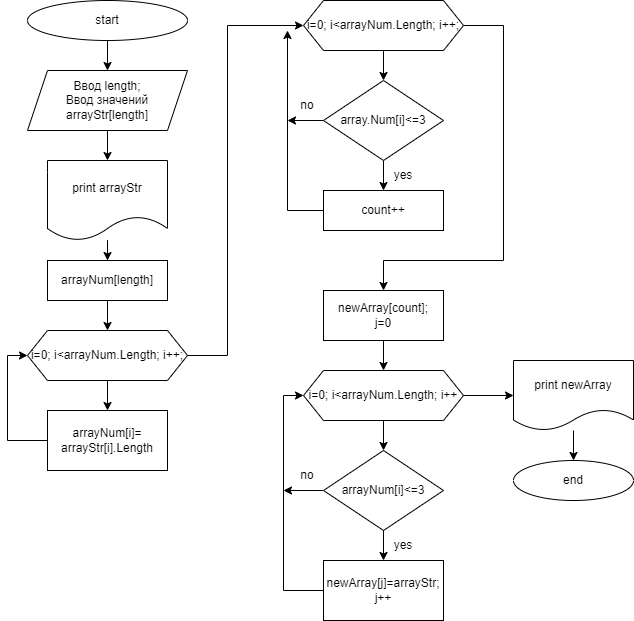
The draw.io diagram block-diagram.png in elena1shilova/FinalWorkQuarter1, before a commit. Source tidied: cells renumbered, new cells last; positions are measured from the earlier drawing's top-left corner, leaving out a move shared by most shapes.
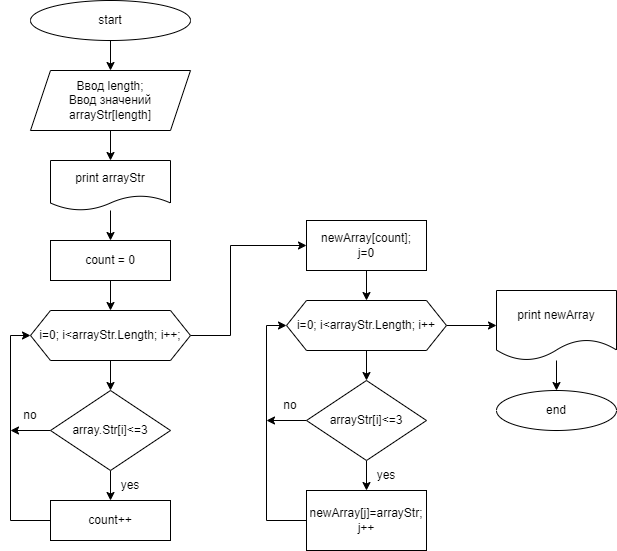
After the change.

Commit message:
Выполнила решение задачи

What changed in the source:
```diff
@@ -14,84 +14,53 @@
     <mxCell id="5" value="Ввод length;&lt;br&gt;Ввод значений arrayStr[length]" style="shape=parallelogram;perimeter=parallelogramPerimeter;whiteSpace=wrap;html=1;fixedSize=1;" parent="1" vertex="1">
       <mxGeometry x="20" y="70" width="160" height="60" as="geometry" />
     </mxCell>
-    <mxCell id="6" style="edgeStyle=orthogonalEdgeStyle;rounded=0;jettySize=auto;html=1;" parent="1" edge="1" target="10">
-      <mxGeometry relative="1" as="geometry">
-        <mxPoint x="100" y="300" as="sourcePoint" />
-      </mxGeometry>
-    </mxCell>
-    <mxCell id="7" value="arrayNum[length]" style="whiteSpace=wrap;html=1;" parent="1" vertex="1">
-      <mxGeometry x="40" y="260" width="120" height="40" as="geometry" />
-    </mxCell>
-    <mxCell id="8" style="edgeStyle=orthogonalEdgeStyle;rounded=0;jettySize=auto;html=1;" parent="1" edge="1" source="10" target="12">
-      <mxGeometry relative="1" as="geometry" />
-    </mxCell>
-    <mxCell id="9" style="edgeStyle=orthogonalEdgeStyle;rounded=0;jettySize=auto;html=1;entryX=0;entryY=0.5;entryDx=0;entryDy=0;" parent="1" edge="1" source="10" target="15">
-      <mxGeometry relative="1" as="geometry">
-        <Array as="points">
-          <mxPoint x="220" y="355" />
-          <mxPoint x="220" y="25" />
-        </Array>
-      </mxGeometry>
-    </mxCell>
-    <mxCell id="10" value="i=0; i&amp;lt;arrayNum.Length; i++;" style="shape=hexagon;perimeter=hexagonPerimeter2;whiteSpace=wrap;html=1;fixedSize=1;" parent="1" vertex="1">
-      <mxGeometry x="20" y="330" width="160" height="50" as="geometry" />
-    </mxCell>
-    <mxCell id="11" style="edgeStyle=orthogonalEdgeStyle;rounded=0;jettySize=auto;html=1;entryX=0;entryY=0.5;entryDx=0;entryDy=0;" parent="1" edge="1" source="12" target="10">
-      <mxGeometry relative="1" as="geometry">
-        <Array as="points">
-          <mxPoint y="440" />
-          <mxPoint y="355" />
-        </Array>
-      </mxGeometry>
-    </mxCell>
-    <mxCell id="12" value="arrayNum[i]=&lt;br&gt;arrayStr[i].Length" style="whiteSpace=wrap;html=1;" parent="1" vertex="1">
-      <mxGeometry x="40" y="410" width="120" height="60" as="geometry" />
-    </mxCell>
-    <mxCell id="13" style="edgeStyle=orthogonalEdgeStyle;rounded=0;jettySize=auto;html=1;" parent="1" edge="1" source="15" target="18">
+    <mxCell id="13" style="edgeStyle=orthogonalEdgeStyle;rounded=0;jettySize=auto;html=1;entryX=0.5;entryY=0;entryDx=0;entryDy=0;" parent="1" edge="1" source="15" target="18">
       <mxGeometry relative="1" as="geometry" />
     </mxCell>
-    <mxCell id="14" style="edgeStyle=orthogonalEdgeStyle;rounded=0;jettySize=auto;html=1;entryX=0.5;entryY=0;entryDx=0;entryDy=0;" parent="1" edge="1" source="15" target="24">
+    <mxCell id="14" style="edgeStyle=orthogonalEdgeStyle;rounded=0;jettySize=auto;html=1;entryX=0;entryY=0.5;entryDx=0;entryDy=0;" parent="1" edge="1" source="15" target="24">
       <mxGeometry relative="1" as="geometry">
         <Array as="points">
-          <mxPoint x="496" y="25" />
-          <mxPoint x="496" y="260" />
-          <mxPoint x="376" y="260" />
+          <mxPoint x="220" y="335" />
+          <mxPoint x="220" y="245" />
         </Array>
       </mxGeometry>
     </mxCell>
-    <mxCell id="15" value="i=0; i&amp;lt;arrayNum.Length; i++;" style="shape=hexagon;perimeter=hexagonPerimeter2;whiteSpace=wrap;html=1;fixedSize=1;" parent="1" vertex="1">
-      <mxGeometry x="296" width="160" height="50" as="geometry" />
+    <mxCell id="15" value="i=0; i&amp;lt;arrayStr.Length; i++;" style="shape=hexagon;perimeter=hexagonPerimeter2;whiteSpace=wrap;html=1;fixedSize=1;" parent="1" vertex="1">
+      <mxGeometry x="20" y="310" width="160" height="50" as="geometry" />
     </mxCell>
     <mxCell id="16" style="edgeStyle=orthogonalEdgeStyle;rounded=0;jettySize=auto;html=1;" parent="1" edge="1" source="18" target="21">
       <mxGeometry relative="1" as="geometry" />
     </mxCell>
     <mxCell id="17" style="edgeStyle=orthogonalEdgeStyle;rounded=0;jettySize=auto;html=1;" parent="1" edge="1" source="18">
       <mxGeometry relative="1" as="geometry">
-        <mxPoint x="280" y="120" as="targetPoint" />
+        <mxPoint y="430" as="targetPoint" />
       </mxGeometry>
     </mxCell>
-    <mxCell id="18" value="array.Num[i]&amp;lt;=3" style="rhombus;whiteSpace=wrap;html=1;" parent="1" vertex="1">
-      <mxGeometry x="316" y="80" width="120" height="80" as="geometry" />
+    <mxCell id="18" value="array.Str[i]&amp;lt;=3" style="rhombus;whiteSpace=wrap;html=1;" parent="1" vertex="1">
+      <mxGeometry x="40" y="390" width="120" height="80" as="geometry" />
     </mxCell>
     <mxCell id="19" value="no" style="text;html=1;strokeColor=none;fillColor=none;align=center;verticalAlign=middle;whiteSpace=wrap;rounded=0;" parent="1" vertex="1">
-      <mxGeometry x="270" y="90" width="60" height="30" as="geometry" />
+      <mxGeometry x="-10" y="400" width="60" height="30" as="geometry" />
     </mxCell>
-    <mxCell id="20" style="edgeStyle=orthogonalEdgeStyle;rounded=0;jettySize=auto;html=1;" parent="1" edge="1" source="21">
+    <mxCell id="20" style="edgeStyle=orthogonalEdgeStyle;rounded=0;jettySize=auto;html=1;entryX=0;entryY=0.5;entryDx=0;entryDy=0;" parent="1" edge="1" source="21" target="15">
       <mxGeometry relative="1" as="geometry">
-        <mxPoint x="280" y="30" as="targetPoint" />
+        <Array as="points">
+          <mxPoint y="520" />
+          <mxPoint y="335" />
+        </Array>
       </mxGeometry>
     </mxCell>
     <mxCell id="21" value="count++" style="whiteSpace=wrap;html=1;" parent="1" vertex="1">
-      <mxGeometry x="316" y="190" width="120" height="40" as="geometry" />
+      <mxGeometry x="40" y="500" width="120" height="40" as="geometry" />
     </mxCell>
     <mxCell id="22" value="yes" style="text;html=1;strokeColor=none;fillColor=none;align=center;verticalAlign=middle;whiteSpace=wrap;rounded=0;" parent="1" vertex="1">
-      <mxGeometry x="366" y="160" width="60" height="30" as="geometry" />
+      <mxGeometry x="90" y="470" width="60" height="30" as="geometry" />
     </mxCell>
     <mxCell id="23" style="edgeStyle=orthogonalEdgeStyle;rounded=0;jettySize=auto;html=1;" parent="1" edge="1" source="24" target="27">
       <mxGeometry relative="1" as="geometry" />
     </mxCell>
     <mxCell id="24" value="newArray[count];&lt;br&gt;j=0" style="rounded=0;whiteSpace=wrap;html=1;" parent="1" vertex="1">
-      <mxGeometry x="316" y="290" width="120" height="50" as="geometry" />
+      <mxGeometry x="296" y="220" width="120" height="50" as="geometry" />
     </mxCell>
     <mxCell id="25" style="edgeStyle=orthogonalEdgeStyle;rounded=0;jettySize=auto;html=1;" parent="1" edge="1" source="27" target="30">
       <mxGeometry relative="1" as="geometry" />
@@ -99,51 +68,57 @@
     <mxCell id="26" style="edgeStyle=orthogonalEdgeStyle;rounded=0;jettySize=auto;html=1;" parent="1" edge="1" source="27" target="38">
       <mxGeometry relative="1" as="geometry" />
     </mxCell>
-    <mxCell id="27" value="i=0; i&amp;lt;arrayNum.Length; i++" style="shape=hexagon;perimeter=hexagonPerimeter2;whiteSpace=wrap;html=1;fixedSize=1;rounded=0;" parent="1" vertex="1">
-      <mxGeometry x="296" y="370" width="160" height="50" as="geometry" />
+    <mxCell id="27" value="i=0; i&amp;lt;arrayStr.Length; i++" style="shape=hexagon;perimeter=hexagonPerimeter2;whiteSpace=wrap;html=1;fixedSize=1;rounded=0;" parent="1" vertex="1">
+      <mxGeometry x="276" y="300" width="160" height="50" as="geometry" />
     </mxCell>
     <mxCell id="28" style="edgeStyle=orthogonalEdgeStyle;rounded=0;jettySize=auto;html=1;" parent="1" edge="1" source="30" target="32">
       <mxGeometry relative="1" as="geometry" />
     </mxCell>
     <mxCell id="29" style="edgeStyle=orthogonalEdgeStyle;rounded=0;jettySize=auto;html=1;" parent="1" edge="1" source="30">
       <mxGeometry relative="1" as="geometry">
-        <mxPoint x="276" y="490" as="targetPoint" />
+        <mxPoint x="256" y="420" as="targetPoint" />
       </mxGeometry>
     </mxCell>
-    <mxCell id="30" value="arrayNum[i]&amp;lt;=3" style="rhombus;whiteSpace=wrap;html=1;rounded=0;" parent="1" vertex="1">
-      <mxGeometry x="316" y="450" width="120" height="80" as="geometry" />
+    <mxCell id="30" value="arrayStr[i]&amp;lt;=3" style="rhombus;whiteSpace=wrap;html=1;rounded=0;" parent="1" vertex="1">
+      <mxGeometry x="296" y="380" width="120" height="80" as="geometry" />
     </mxCell>
     <mxCell id="31" style="edgeStyle=orthogonalEdgeStyle;rounded=0;jettySize=auto;html=1;entryX=0;entryY=0.5;entryDx=0;entryDy=0;" parent="1" edge="1" source="32" target="27">
       <mxGeometry relative="1" as="geometry">
         <Array as="points">
-          <mxPoint x="276" y="590" />
-          <mxPoint x="276" y="395" />
+          <mxPoint x="256" y="520" />
+          <mxPoint x="256" y="325" />
         </Array>
       </mxGeometry>
     </mxCell>
     <mxCell id="32" value="newArray[j]=arrayStr;&lt;br&gt;j++" style="whiteSpace=wrap;html=1;rounded=0;" parent="1" vertex="1">
-      <mxGeometry x="316" y="560" width="120" height="60" as="geometry" />
+      <mxGeometry x="296" y="490" width="120" height="60" as="geometry" />
     </mxCell>
     <mxCell id="33" value="no" style="text;html=1;strokeColor=none;fillColor=none;align=center;verticalAlign=middle;whiteSpace=wrap;rounded=0;" parent="1" vertex="1">
-      <mxGeometry x="270" y="460" width="60" height="30" as="geometry" />
+      <mxGeometry x="250" y="390" width="60" height="30" as="geometry" />
     </mxCell>
     <mxCell id="34" value="yes" style="text;html=1;strokeColor=none;fillColor=none;align=center;verticalAlign=middle;whiteSpace=wrap;rounded=0;" parent="1" vertex="1">
-      <mxGeometry x="366" y="530" width="60" height="30" as="geometry" />
+      <mxGeometry x="346" y="460" width="60" height="30" as="geometry" />
     </mxCell>
-    <mxCell id="35" style="edgeStyle=orthogonalEdgeStyle;rounded=0;jettySize=auto;html=1;entryX=0.5;entryY=0;entryDx=0;entryDy=0;" parent="1" edge="1" source="36" target="7">
-      <mxGeometry relative="1" as="geometry" />
-    </mxCell>
+    <mxCell id="40" style="edgeStyle=orthogonalEdgeStyle;rounded=0;jettySize=auto;html=1;" parent="1" edge="1" source="36" target="42">
+      <mxGeometry relative="1" as="geometry" />
+    </mxCell>
     <mxCell id="36" value="print arrayStr" style="shape=document;whiteSpace=wrap;html=1;boundedLbl=1;" parent="1" vertex="1">
-      <mxGeometry x="40" y="160" width="120" height="80" as="geometry" />
+      <mxGeometry x="40" y="160" width="120" height="50" as="geometry" />
     </mxCell>
     <mxCell id="37" style="edgeStyle=orthogonalEdgeStyle;rounded=0;jettySize=auto;html=1;" parent="1" edge="1" source="38" target="39">
       <mxGeometry relative="1" as="geometry" />
     </mxCell>
     <mxCell id="38" value="print newArray" style="shape=document;whiteSpace=wrap;html=1;boundedLbl=1;rounded=0;" parent="1" vertex="1">
-      <mxGeometry x="506" y="360" width="120" height="70" as="geometry" />
+      <mxGeometry x="486" y="290" width="120" height="70" as="geometry" />
     </mxCell>
     <mxCell id="39" value="end" style="ellipse;whiteSpace=wrap;html=1;rounded=0;" parent="1" vertex="1">
-      <mxGeometry x="506" y="460" width="120" height="40" as="geometry" />
+      <mxGeometry x="486" y="390" width="120" height="40" as="geometry" />
     </mxCell>
+    <mxCell id="41" style="edgeStyle=orthogonalEdgeStyle;rounded=0;jettySize=auto;html=1;entryX=0.5;entryY=0;entryDx=0;entryDy=0;" parent="1" edge="1" source="42" target="15">
+      <mxGeometry relative="1" as="geometry" />
+    </mxCell>
+    <mxCell id="42" value="count = 0" style="whiteSpace=wrap;html=1;" parent="1" vertex="1">
+      <mxGeometry x="40" y="240" width="120" height="40" as="geometry" />
+    </mxCell>
   </root>
 </mxGraphModel>
```
